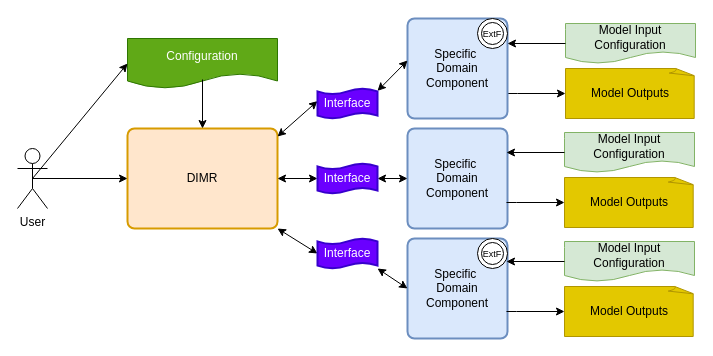
jeffersonscientific/Delft3D keeps this draw.io diagram as src/engines_gpl/dimr/docs/inc/DIMR_BMI_Design.drawio. Above is the earlier version. Source tidied: cells renumbered, new cells numbered last; positions are measured from the earlier drawing's top-left corner, leaving out a move shared by most shapes. Both pictures are drawn from the tidied source at 100%, with x=0, y=0 at pixel (17, 18).
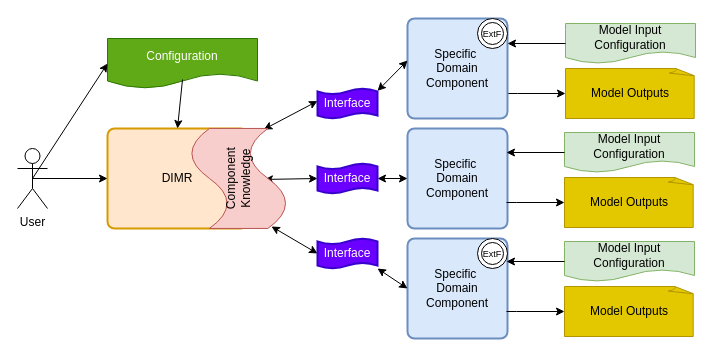
Above is the later version.

Commit message (it also covers changes not shown here):
-Added markdown file containing DIMR and BMI design, provided by Luca. -Updated Doxygen settings -Added example dot graph.

The change refers to these unchanged cells:
```xml
<mxCell id="11" value="Interface" style="shape=tape;whiteSpace=wrap;html=1;strokeWidth=2;size=0.19;fillColor=#6a00ff;fontColor=#ffffff;strokeColor=#3700CC;" parent="1" vertex="1">
  <mxGeometry x="300" y="145" width="60" height="30" as="geometry" />
</mxCell>
<mxCell id="13" value="Interface" style="shape=tape;whiteSpace=wrap;html=1;strokeWidth=2;size=0.19;fillColor=#6a00ff;fontColor=#ffffff;strokeColor=#3700CC;" parent="1" vertex="1">
  <mxGeometry x="300" y="220" width="60" height="30" as="geometry" />
</mxCell>
<mxCell id="15" value="Interface" style="shape=tape;whiteSpace=wrap;html=1;strokeWidth=2;size=0.19;fillColor=#6a00ff;fontColor=#ffffff;strokeColor=#3700CC;" parent="1" vertex="1">
  <mxGeometry x="300" y="70" width="60" height="30" as="geometry" />
</mxCell>
```

The edit, as a diff of the source:
```diff
@@
     <mxCell id="2" value="DIMR" style="rounded=1;whiteSpace=wrap;html=1;absoluteArcSize=1;arcSize=14;strokeWidth=2;fillColor=#ffe6cc;strokeColor=#d79b00;" parent="1" vertex="1">
-      <mxGeometry x="110" y="110" width="150" height="100" as="geometry" />
+      <mxGeometry x="90" y="110" width="140" height="100" as="geometry" />
     </mxCell>
@@
-    <mxCell id="10" style="endArrow=classic;startArrow=classic;html=1;rounded=0;exitX=1;exitY=0.5;exitDx=0;exitDy=0;entryX=0;entryY=0.5;entryDx=0;entryDy=0;" parent="1" edge="1" source="2" target="11">
+    <mxCell id="10" style="endArrow=classic;startArrow=classic;html=1;rounded=0;exitX=0.49;exitY=0.764;exitDx=0;exitDy=0;entryX=0;entryY=0.5;entryDx=0;entryDy=0;exitPerimeter=0;" parent="1" edge="1" source="34" target="11">
       <mxGeometry relative="1" as="geometry" />
     </mxCell>
@@
-    <mxCell id="12" style="endArrow=classic;startArrow=classic;html=1;rounded=0;exitX=1;exitY=1;exitDx=0;exitDy=0;entryX=0;entryY=0.5;entryDx=0;entryDy=0;" parent="1" edge="1" source="2" target="13">
+    <mxCell id="12" style="endArrow=classic;startArrow=classic;html=1;rounded=0;exitX=0.02;exitY=0.836;exitDx=0;exitDy=0;entryX=0;entryY=0.5;entryDx=0;entryDy=0;exitPerimeter=0;" parent="1" edge="1" source="34" target="13">
       <mxGeometry relative="1" as="geometry" />
     </mxCell>
@@
-    <mxCell id="14" style="endArrow=classic;startArrow=classic;html=1;rounded=0;exitX=1;exitY=0.08;exitDx=0;exitDy=0;exitPerimeter=0;entryX=0;entryY=0.42;entryDx=0;entryDy=0;entryPerimeter=0;" parent="1" edge="1" source="2" target="15">
+    <mxCell id="14" style="endArrow=classic;startArrow=classic;html=1;rounded=0;entryX=0;entryY=0.42;entryDx=0;entryDy=0;entryPerimeter=0;exitX=0.99;exitY=0.757;exitDx=0;exitDy=0;exitPerimeter=0;" parent="1" edge="1" source="34" target="15">
       <mxGeometry relative="1" as="geometry" />
     </mxCell>
@@
     <mxCell id="17" value="Configuration" style="shape=document;whiteSpace=wrap;html=1;boundedLbl=1;fillColor=#60a917;fontColor=#ffffff;strokeColor=#2D7600;" parent="1" vertex="1">
-      <mxGeometry x="110" y="20" width="150" height="50" as="geometry" />
+      <mxGeometry x="90" y="20" width="150" height="50" as="geometry" />
     </mxCell>
@@
+    <mxCell id="34" value="Component Knowledge" style="shape=tape;whiteSpace=wrap;html=1;fillColor=#f8cecc;strokeColor=#b85450;rotation=-90;" parent="1" vertex="1">
+      <mxGeometry x="171.2" y="111.2" width="100" height="97.5" as="geometry" />
+    </mxCell>
```
